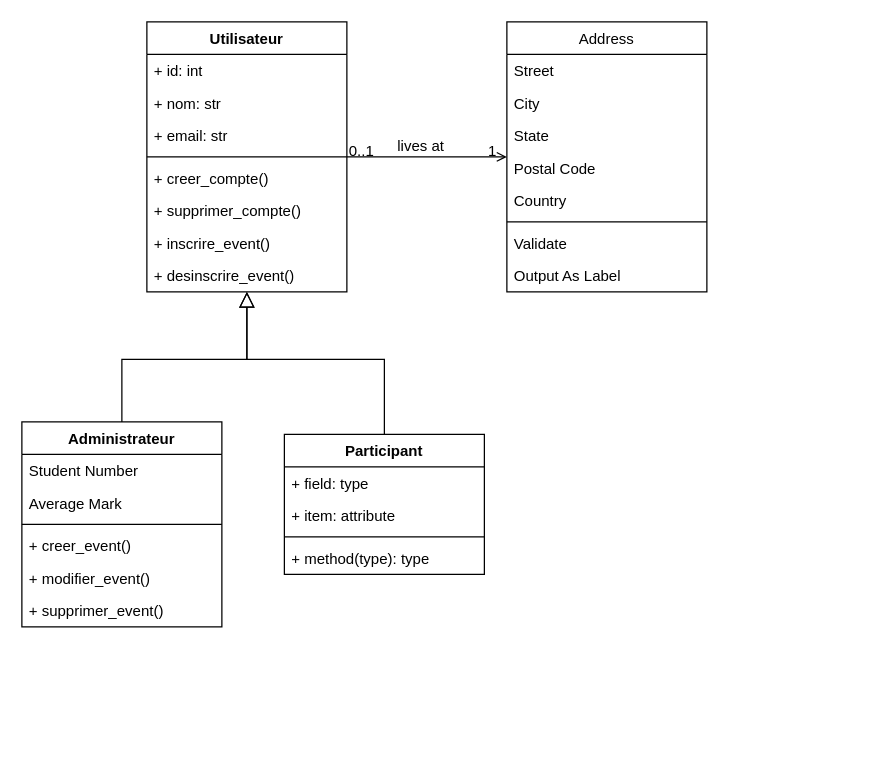
Before: doc/diagramme_classe.drawio in khalidjerrari/ENSAI-Projet-info-2A, a draw.io diagram. Source tidied: cells renumbered, new cells numbered last; positions are measured from the earlier drawing's top-left corner, leaving out a move shared by most shapes. Both pictures are drawn from the tidied source at 125%, with x=0, y=0 at pixel (21, 21).
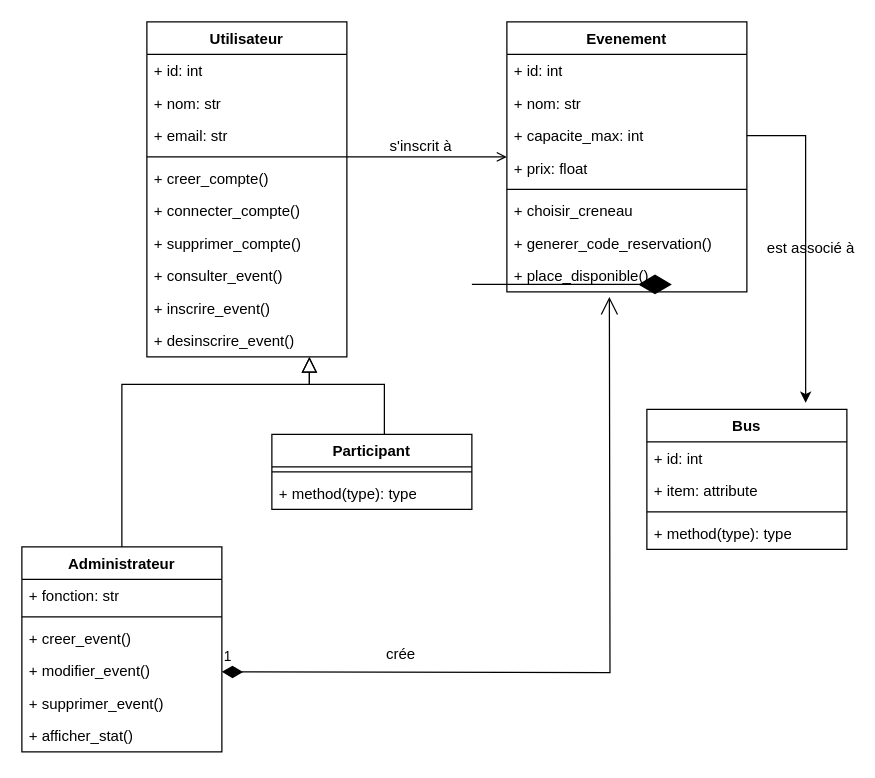
The same diagram, later.

Commit message:
Mettre à jour diagramme_classe.drawio

Unchanged cells that the change refers to:
```xml
<mxCell id="29" style="endArrow=open;shadow=0;strokeWidth=1;rounded=0;curved=0;endFill=1;edgeStyle=elbowEdgeStyle;elbow=vertical;" parent="1" edge="1" source="2" target="20">
  <mxGeometry x="0.5" y="41" relative="1" as="geometry">
    <mxPoint x="-40" y="32" as="offset" />
  </mxGeometry>
</mxCell>
```

What changed in the source:
```diff
@@
     <mxCell id="2" value="Utilisateur" style="swimlane;fontStyle=1;align=center;verticalAlign=top;horizontal=1;startSize=26;rounded=0;shadow=0;strokeWidth=1;" parent="1" vertex="1">
-      <mxGeometry x="100" width="160" height="216" as="geometry" />
+      <mxGeometry x="100" width="160" height="268" as="geometry" />
     </mxCell>
@@
+    <mxCell id="38" value="+ connecter_compte()" style="text;strokeColor=none;fillColor=none;align=left;verticalAlign=top;spacingLeft=4;spacingRight=4;overflow=hidden;whiteSpace=wrap;html=1;" parent="2" vertex="1">
+      <mxGeometry y="138" width="160" height="26" as="geometry" />
+    </mxCell>
     <mxCell id="8" value="+ supprimer_compte()" style="text;strokeColor=none;fillColor=none;align=left;verticalAlign=top;spacingLeft=4;spacingRight=4;overflow=hidden;whiteSpace=wrap;html=1;" parent="2" vertex="1">
-      <mxGeometry y="138" width="160" height="26" as="geometry" />
+      <mxGeometry y="164" width="160" height="26" as="geometry" />
     </mxCell>
+    <mxCell id="39" value="+ consulter_event()" style="text;strokeColor=none;fillColor=none;align=left;verticalAlign=top;spacingLeft=4;spacingRight=4;overflow=hidden;whiteSpace=wrap;html=1;" parent="2" vertex="1">
+      <mxGeometry y="190" width="160" height="26" as="geometry" />
+    </mxCell>
     <mxCell id="9" value="+ inscrire_event()" style="text;strokeColor=none;fillColor=none;align=left;verticalAlign=top;spacingLeft=4;spacingRight=4;overflow=hidden;whiteSpace=wrap;html=1;" parent="2" vertex="1">
-      <mxGeometry y="164" width="160" height="26" as="geometry" />
+      <mxGeometry y="216" width="160" height="26" as="geometry" />
     </mxCell>
     <mxCell id="10" value="+ desinscrire_event()" style="text;strokeColor=none;fillColor=none;align=left;verticalAlign=top;spacingLeft=4;spacingRight=4;overflow=hidden;whiteSpace=wrap;html=1;" parent="2" vertex="1">
-      <mxGeometry y="190" width="160" height="26" as="geometry" />
+      <mxGeometry y="242" width="160" height="26" as="geometry" />
     </mxCell>
     <mxCell id="11" value="Administrateur" style="swimlane;fontStyle=1;align=center;verticalAlign=top;horizontal=1;startSize=26;rounded=0;shadow=0;strokeWidth=1;" parent="1" vertex="1">
-      <mxGeometry y="320" width="160" height="164" as="geometry" />
+      <mxGeometry y="420" width="160" height="164" as="geometry" />
     </mxCell>
-    <mxCell id="12" value="Student Number" style="text;align=left;verticalAlign=top;spacingLeft=4;spacingRight=4;overflow=hidden;" parent="11" vertex="1">
-      <mxGeometry y="26" width="160" height="26" as="geometry" />
-    </mxCell>
-    <mxCell id="13" value="Average Mark" style="text;align=left;verticalAlign=top;spacingLeft=4;spacingRight=4;overflow=hidden;rounded=0;shadow=0;html=0;" parent="11" vertex="1">
-      <mxGeometry y="52" width="160" height="26" as="geometry" />
-    </mxCell>
+    <mxCell id="40" value="+ fonction: str" style="text;strokeColor=none;fillColor=none;align=left;verticalAlign=top;spacingLeft=4;spacingRight=4;overflow=hidden;whiteSpace=wrap;html=1;" parent="11" vertex="1">
+      <mxGeometry y="26" width="160" height="26" as="geometry" />
+    </mxCell>
     <mxCell id="14" style="line;html=1;strokeWidth=1;align=left;verticalAlign=middle;spacingTop=-1;spacingLeft=3;spacingRight=3;labelPosition=right;" parent="11" vertex="1">
-      <mxGeometry y="78" width="160" height="8" as="geometry" />
+      <mxGeometry y="52" width="160" height="8" as="geometry" />
     </mxCell>
     <mxCell id="15" value="+ creer_event()" style="text;strokeColor=none;fillColor=none;align=left;verticalAlign=top;spacingLeft=4;spacingRight=4;overflow=hidden;whiteSpace=wrap;html=1;" parent="11" vertex="1">
-      <mxGeometry y="86" width="160" height="26" as="geometry" />
+      <mxGeometry y="60" width="160" height="26" as="geometry" />
     </mxCell>
     <mxCell id="16" value="+ modifier_event()" style="text;strokeColor=none;fillColor=none;align=left;verticalAlign=top;spacingLeft=4;spacingRight=4;overflow=hidden;whiteSpace=wrap;html=1;" parent="11" vertex="1">
-      <mxGeometry y="112" width="160" height="26" as="geometry" />
+      <mxGeometry y="86" width="160" height="26" as="geometry" />
     </mxCell>
     <mxCell id="17" value="+ supprimer_event()" style="text;strokeColor=none;fillColor=none;align=left;verticalAlign=top;spacingLeft=4;spacingRight=4;overflow=hidden;whiteSpace=wrap;html=1;" parent="11" vertex="1">
-      <mxGeometry y="138" width="160" height="26" as="geometry" />
+      <mxGeometry y="112" width="160" height="26" as="geometry" />
     </mxCell>
+    <mxCell id="41" value="+ afficher_stat()" style="text;strokeColor=none;fillColor=none;align=left;verticalAlign=top;spacingLeft=4;spacingRight=4;overflow=hidden;whiteSpace=wrap;html=1;" parent="11" vertex="1">
+      <mxGeometry y="138" width="160" height="26" as="geometry" />
+    </mxCell>
     <mxCell id="18" style="endArrow=block;endSize=10;endFill=0;shadow=0;strokeWidth=1;rounded=0;curved=0;edgeStyle=elbowEdgeStyle;elbow=vertical;exitX=0.5;exitY=0;exitDx=0;exitDy=0;" parent="1" edge="1" source="11" target="2">
       <mxGeometry relative="1" as="geometry">
         <Array as="points">
-          <mxPoint x="180" y="270" />
+          <mxPoint x="230" y="290" />
         </Array>
       </mxGeometry>
     </mxCell>
     <mxCell id="19" style="endArrow=block;endSize=10;endFill=0;shadow=0;strokeWidth=1;rounded=0;curved=0;edgeStyle=elbowEdgeStyle;elbow=vertical;" parent="1" edge="1" target="2">
       <mxGeometry relative="1" as="geometry">
         <mxPoint x="290" y="330" as="sourcePoint" />
         <Array as="points">
-          <mxPoint x="180" y="270" />
+          <mxPoint x="230" y="290" />
         </Array>
       </mxGeometry>
     </mxCell>
-    <mxCell id="20" value="Address" style="swimlane;fontStyle=0;align=center;verticalAlign=top;horizontal=1;startSize=26;rounded=0;shadow=0;strokeWidth=1;" parent="1" vertex="1">
-      <mxGeometry x="388" width="160" height="216" as="geometry" />
+    <mxCell id="20" value="Evenement" style="swimlane;fontStyle=1;align=center;verticalAlign=top;horizontal=1;startSize=26;rounded=0;shadow=0;strokeWidth=1;" parent="1" vertex="1">
+      <mxGeometry x="388" width="192" height="216" as="geometry" />
     </mxCell>
-    <mxCell id="21" value="Street" style="text;align=left;verticalAlign=top;spacingLeft=4;spacingRight=4;overflow=hidden;" parent="20" vertex="1">
-      <mxGeometry y="26" width="160" height="26" as="geometry" />
-    </mxCell>
-    <mxCell id="22" value="City" style="text;align=left;verticalAlign=top;spacingLeft=4;spacingRight=4;overflow=hidden;rounded=0;shadow=0;html=0;" parent="20" vertex="1">
-      <mxGeometry y="52" width="160" height="26" as="geometry" />
-    </mxCell>
-    <mxCell id="23" value="State" style="text;align=left;verticalAlign=top;spacingLeft=4;spacingRight=4;overflow=hidden;rounded=0;shadow=0;html=0;" parent="20" vertex="1">
-      <mxGeometry y="78" width="160" height="26" as="geometry" />
-    </mxCell>
-    <mxCell id="24" value="Postal Code" style="text;align=left;verticalAlign=top;spacingLeft=4;spacingRight=4;overflow=hidden;rounded=0;shadow=0;html=0;" parent="20" vertex="1">
-      <mxGeometry y="104" width="160" height="26" as="geometry" />
-    </mxCell>
-    <mxCell id="25" value="Country" style="text;align=left;verticalAlign=top;spacingLeft=4;spacingRight=4;overflow=hidden;rounded=0;shadow=0;html=0;" parent="20" vertex="1">
-      <mxGeometry y="130" width="160" height="26" as="geometry" />
-    </mxCell>
+    <mxCell id="42" value="+ id: int" style="text;strokeColor=none;fillColor=none;align=left;verticalAlign=top;spacingLeft=4;spacingRight=4;overflow=hidden;whiteSpace=wrap;html=1;" parent="20" vertex="1">
+      <mxGeometry y="26" width="192" height="26" as="geometry" />
+    </mxCell>
+    <mxCell id="43" value="+ nom: str" style="text;strokeColor=none;fillColor=none;align=left;verticalAlign=top;spacingLeft=4;spacingRight=4;overflow=hidden;whiteSpace=wrap;html=1;" parent="20" vertex="1">
+      <mxGeometry y="52" width="192" height="26" as="geometry" />
+    </mxCell>
+    <mxCell id="44" value="+ capacite_max: int" style="text;strokeColor=none;fillColor=none;align=left;verticalAlign=top;spacingLeft=4;spacingRight=4;overflow=hidden;points=[[0,0.5],[1,0.5]];portConstraint=eastwest;whiteSpace=wrap;html=1;" parent="20" vertex="1">
+      <mxGeometry y="78" width="192" height="26" as="geometry" />
+    </mxCell>
+    <mxCell id="45" value="+ prix: float" style="text;strokeColor=none;fillColor=none;align=left;verticalAlign=top;spacingLeft=4;spacingRight=4;overflow=hidden;whiteSpace=wrap;html=1;" parent="20" vertex="1">
+      <mxGeometry y="104" width="192" height="26" as="geometry" />
+    </mxCell>
     <mxCell id="26" style="line;html=1;strokeWidth=1;align=left;verticalAlign=middle;spacingTop=-1;spacingLeft=3;spacingRight=3;labelPosition=right;" parent="20" vertex="1">
-      <mxGeometry y="156" width="160" height="8" as="geometry" />
+      <mxGeometry y="130" width="192" height="8" as="geometry" />
     </mxCell>
-    <mxCell id="27" value="Validate" style="text;align=left;verticalAlign=top;spacingLeft=4;spacingRight=4;overflow=hidden;" parent="20" vertex="1">
-      <mxGeometry y="164" width="160" height="26" as="geometry" />
-    </mxCell>
-    <mxCell id="28" value="Output As Label" style="text;align=left;verticalAlign=top;spacingLeft=4;spacingRight=4;overflow=hidden;" parent="20" vertex="1">
-      <mxGeometry y="190" width="160" height="26" as="geometry" />
-    </mxCell>
+    <mxCell id="46" value="+ choisir_creneau" style="text;strokeColor=none;fillColor=none;align=left;verticalAlign=top;spacingLeft=4;spacingRight=4;overflow=hidden;whiteSpace=wrap;html=1;" parent="20" vertex="1">
+      <mxGeometry y="138" width="192" height="26" as="geometry" />
+    </mxCell>
+    <mxCell id="47" value="+ generer_code_reservation()" style="text;strokeColor=none;fillColor=none;align=left;verticalAlign=top;spacingLeft=4;spacingRight=4;overflow=hidden;whiteSpace=wrap;html=1;" parent="20" vertex="1">
+      <mxGeometry y="164" width="192" height="26" as="geometry" />
+    </mxCell>
+    <mxCell id="48" value="+ place_disponible()" style="text;strokeColor=none;fillColor=none;align=left;verticalAlign=top;spacingLeft=4;spacingRight=4;overflow=hidden;whiteSpace=wrap;html=1;" parent="20" vertex="1">
+      <mxGeometry y="190" width="192" height="26" as="geometry" />
+    </mxCell>
@@
-    <mxCell id="30" value="0..1" style="align=left;verticalAlign=bottom;labelBackgroundColor=none;fontSize=12;" parent="29" vertex="1">
-      <mxGeometry x="-1" relative="1" as="geometry">
-        <mxPoint y="4" as="offset" />
-      </mxGeometry>
-    </mxCell>
-    <mxCell id="31" value="1" style="align=right;verticalAlign=bottom;labelBackgroundColor=none;fontSize=12;" parent="29" vertex="1">
-      <mxGeometry x="1" relative="1" as="geometry">
-        <mxPoint x="-7" y="4" as="offset" />
-      </mxGeometry>
-    </mxCell>
-    <mxCell id="32" value="lives at" style="text;html=1;align=center;verticalAlign=middle;labelBackgroundColor=none;rounded=0;shadow=0;strokeWidth=1;fontSize=12;" parent="29" vertex="1">
+    <mxCell id="32" value="s'inscrit à" style="text;html=1;align=center;verticalAlign=middle;labelBackgroundColor=none;rounded=0;shadow=0;strokeWidth=1;fontSize=12;" parent="29" vertex="1">
       <mxGeometry x="0.5" y="49" relative="1" as="geometry">
         <mxPoint x="-38" y="40" as="offset" />
       </mxGeometry>
     </mxCell>
     <mxCell id="33" value="Participant" style="swimlane;fontStyle=1;align=center;verticalAlign=top;horizontal=1;startSize=26;whiteSpace=wrap;html=1;" parent="1" vertex="1">
-      <mxGeometry x="210" y="330" width="160" height="112" as="geometry" />
+      <mxGeometry x="200" y="330" width="160" height="60" as="geometry" />
     </mxCell>
-    <mxCell id="34" value="+ field: type" style="text;strokeColor=none;fillColor=none;align=left;verticalAlign=top;spacingLeft=4;spacingRight=4;overflow=hidden;whiteSpace=wrap;html=1;" parent="33" vertex="1">
-      <mxGeometry y="26" width="160" height="26" as="geometry" />
-    </mxCell>
-    <mxCell id="35" value="+ item: attribute" style="text;strokeColor=none;fillColor=none;align=left;verticalAlign=top;spacingLeft=4;spacingRight=4;overflow=hidden;whiteSpace=wrap;html=1;" parent="33" vertex="1">
-      <mxGeometry y="52" width="160" height="26" as="geometry" />
-    </mxCell>
     <mxCell id="36" style="line;strokeWidth=1;fillColor=none;align=left;verticalAlign=middle;spacingTop=-1;spacingLeft=3;spacingRight=3;labelPosition=right;strokeColor=inherit;" parent="33" vertex="1">
-      <mxGeometry y="78" width="160" height="8" as="geometry" />
+      <mxGeometry y="26" width="160" height="8" as="geometry" />
     </mxCell>
     <mxCell id="37" value="+ method(type): type" style="text;strokeColor=none;fillColor=none;align=left;verticalAlign=top;spacingLeft=4;spacingRight=4;overflow=hidden;whiteSpace=wrap;html=1;" parent="33" vertex="1">
-      <mxGeometry y="86" width="160" height="26" as="geometry" />
+      <mxGeometry y="34" width="160" height="26" as="geometry" />
     </mxCell>
+    <mxCell id="31" value="1" style="endArrow=open;html=1;endSize=12;startArrow=diamondThin;startSize=14;startFill=1;edgeStyle=orthogonalEdgeStyle;align=left;verticalAlign=bottom;rounded=0;" parent="1" edge="1">
+      <mxGeometry x="-1" y="3" relative="1" as="geometry">
+        <mxPoint x="160" y="520" as="sourcePoint" />
+        <mxPoint x="470" y="220" as="targetPoint" />
+      </mxGeometry>
+    </mxCell>
+    <mxCell id="49" value="crée" style="text;html=1;align=center;verticalAlign=middle;labelBackgroundColor=none;rounded=0;shadow=0;strokeWidth=1;fontSize=12;" parent="1" vertex="1">
+      <mxGeometry x="310" y="506" as="geometry">
+        <mxPoint x="-8" y="-1" as="offset" />
+      </mxGeometry>
+    </mxCell>
+    <mxCell id="50" value="Bus" style="swimlane;fontStyle=1;align=center;verticalAlign=top;horizontal=1;startSize=26;whiteSpace=wrap;html=1;" parent="1" vertex="1">
+      <mxGeometry x="500" y="310" width="160" height="112" as="geometry" />
+    </mxCell>
+    <mxCell id="51" value="&lt;div&gt;+ id: int&amp;nbsp;&lt;/div&gt;&lt;div&gt;&lt;br&gt;&lt;/div&gt;&lt;div&gt;&lt;br&gt;&lt;/div&gt;&lt;div&gt;&lt;br&gt;&lt;/div&gt;" style="text;strokeColor=none;fillColor=none;align=left;verticalAlign=top;spacingLeft=4;spacingRight=4;overflow=hidden;whiteSpace=wrap;html=1;" parent="50" vertex="1">
+      <mxGeometry y="26" width="160" height="26" as="geometry" />
+    </mxCell>
+    <mxCell id="35" value="+ item: attribute" style="text;strokeColor=none;fillColor=none;align=left;verticalAlign=top;spacingLeft=4;spacingRight=4;overflow=hidden;whiteSpace=wrap;html=1;" parent="50" vertex="1">
+      <mxGeometry y="52" width="160" height="26" as="geometry" />
+    </mxCell>
+    <mxCell id="52" style="line;strokeWidth=1;fillColor=none;align=left;verticalAlign=middle;spacingTop=-1;spacingLeft=3;spacingRight=3;labelPosition=right;strokeColor=inherit;" parent="50" vertex="1">
+      <mxGeometry y="78" width="160" height="8" as="geometry" />
+    </mxCell>
+    <mxCell id="53" value="+ method(type): type" style="text;strokeColor=none;fillColor=none;align=left;verticalAlign=top;spacingLeft=4;spacingRight=4;overflow=hidden;whiteSpace=wrap;html=1;" parent="50" vertex="1">
+      <mxGeometry y="86" width="160" height="26" as="geometry" />
+    </mxCell>
+    <mxCell id="54" style="endArrow=diamondThin;endFill=1;endSize=24;html=1;rounded=0;" parent="1" edge="1">
+      <mxGeometry relative="1" as="geometry">
+        <mxPoint x="360" y="210" as="sourcePoint" />
+        <mxPoint x="520" y="210" as="targetPoint" />
+      </mxGeometry>
+    </mxCell>
+    <mxCell id="55" style="edgeStyle=orthogonalEdgeStyle;rounded=0;jettySize=auto;html=1;exitX=1;exitY=0.5;exitDx=0;exitDy=0;entryX=0.794;entryY=-0.047;entryDx=0;entryDy=0;entryPerimeter=0;" parent="1" edge="1" source="44" target="50">
+      <mxGeometry relative="1" as="geometry" />
+    </mxCell>
+    <mxCell id="56" value="est associé à" style="text;html=1;align=center;verticalAlign=middle;labelBackgroundColor=none;rounded=0;shadow=0;strokeWidth=1;fontSize=12;" parent="1" vertex="1">
+      <mxGeometry x="630" y="180" as="geometry" />
+    </mxCell>
```
